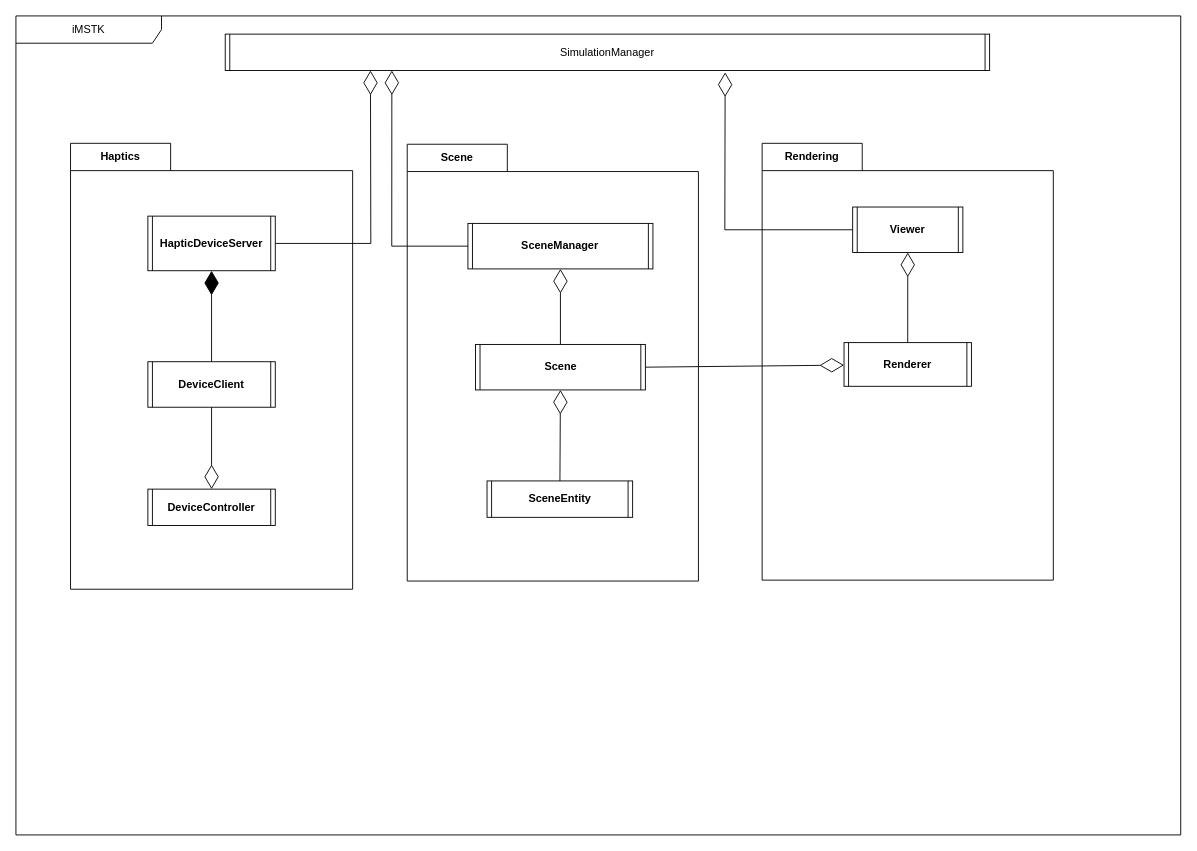
Before: CAS/Drawio/Simulation-Manager.drawio in robotics-intelligent-systems/jfxrss, a draw.io diagram. Source tidied: cells renumbered, new cells numbered last; positions are measured from the earlier drawing's top-left corner, leaving out a move shared by most shapes. Both pictures are drawn from the tidied source at 91%, with x=0, y=0 at pixel (15, 15).
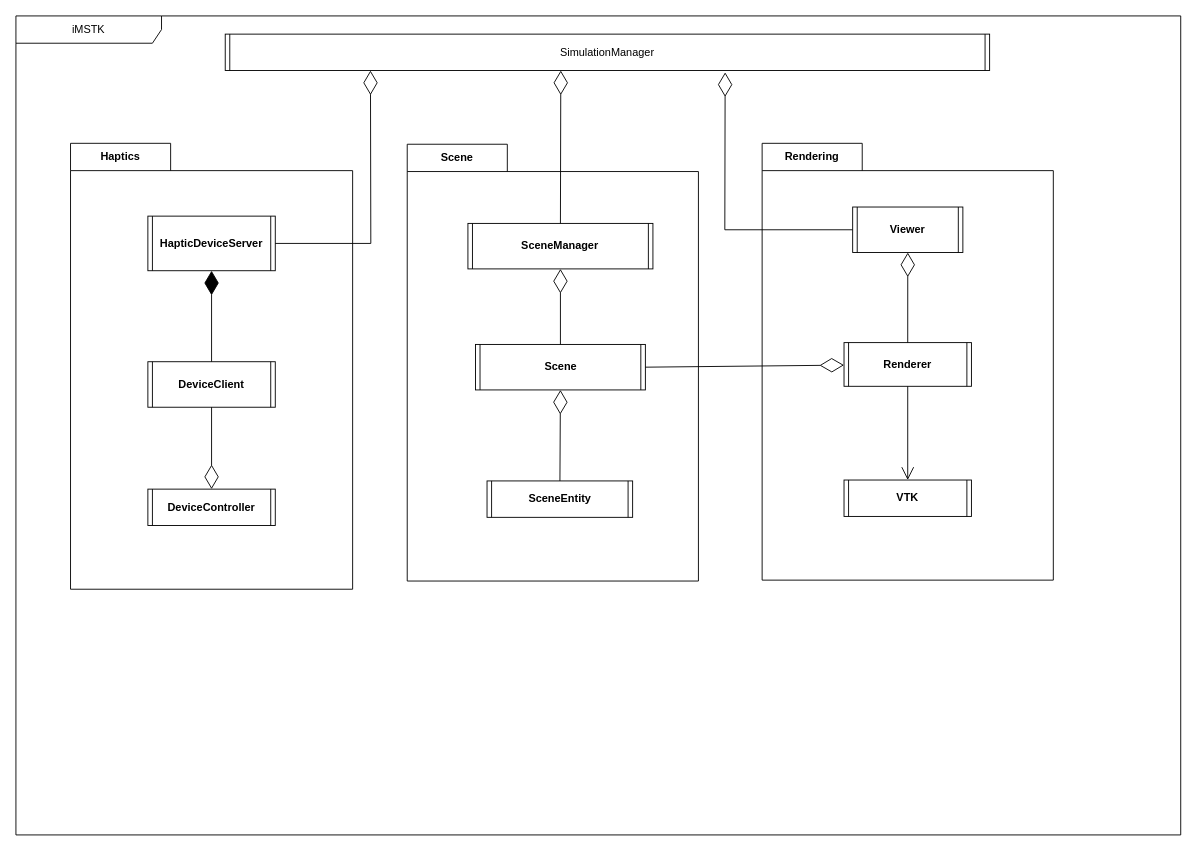
After the change.

Commit message:
[fix] Including vtk classifier

The change refers to these unchanged cells:
```xml
<mxCell id="2" value="iMSTK" style="shape=umlFrame;whiteSpace=wrap;html=1;width=160;" parent="1" vertex="1">
  <mxGeometry width="1280" height="900" as="geometry" />
</mxCell>
<mxCell id="10" value="SceneManager" style="shape=process2;fixedSize=1;size=5;fontStyle=1;html=1;whiteSpace=wrap;" parent="9" vertex="1">
  <mxGeometry x="66.7" y="87" width="203.3" height="50" as="geometry" />
</mxCell>
<mxCell id="15" value="&lt;span style=&quot;font-weight: 400;&quot;&gt;SimulationManager&lt;/span&gt;" style="shape=process2;fixedSize=1;size=5;fontStyle=1;html=1;whiteSpace=wrap;" parent="2" vertex="1">
  <mxGeometry x="230" y="20" width="840" height="40" as="geometry" />
</mxCell>
<mxCell id="18" value="Rendering" style="shape=folder;fontStyle=1;tabWidth=110;tabHeight=30;tabPosition=left;html=1;boundedLbl=1;labelInHeader=1;whiteSpace=wrap;" parent="2" vertex="1">
  <mxGeometry x="820" y="140" width="320" height="480" as="geometry" />
</mxCell>
<mxCell id="20" value="Renderer" style="shape=process2;fixedSize=1;size=5;fontStyle=1;html=1;whiteSpace=wrap;" parent="18" vertex="1">
  <mxGeometry x="90" y="219" width="140" height="48" as="geometry" />
</mxCell>
```

Change to the diagram source:
```diff
@@
-    <mxCell id="17" style="endArrow=diamondThin;endFill=0;endSize=24;html=1;rounded=0;entryX=0.218;entryY=1;entryDx=0;entryDy=0;entryPerimeter=0;exitX=0;exitY=0.5;exitDx=0;exitDy=0;" parent="2" edge="1" source="10" target="15">
-      <mxGeometry relative="1" as="geometry">
-        <Array as="points">
-          <mxPoint x="413" y="253" />
-        </Array>
-      </mxGeometry>
+    <mxCell id="17" style="endArrow=diamondThin;endFill=0;endSize=24;html=1;rounded=0;entryX=0.439;entryY=1;entryDx=0;entryDy=0;entryPerimeter=0;exitX=0.5;exitY=0;exitDx=0;exitDy=0;" parent="2" edge="1" source="10" target="15">
+      <mxGeometry relative="1" as="geometry" />
     </mxCell>
@@
+    <mxCell id="24" value="VTK" style="shape=process2;fixedSize=1;size=5;fontStyle=1;html=1;whiteSpace=wrap;" parent="18" vertex="1">
+      <mxGeometry x="90" y="370" width="140" height="40" as="geometry" />
+    </mxCell>
+    <mxCell id="25" style="endArrow=open;endFill=1;endSize=12;html=1;rounded=0;entryX=0.5;entryY=0;entryDx=0;entryDy=0;exitX=0.5;exitY=1;exitDx=0;exitDy=0;" parent="18" edge="1" source="20" target="24">
+      <mxGeometry relative="1" as="geometry" />
+    </mxCell>
```
